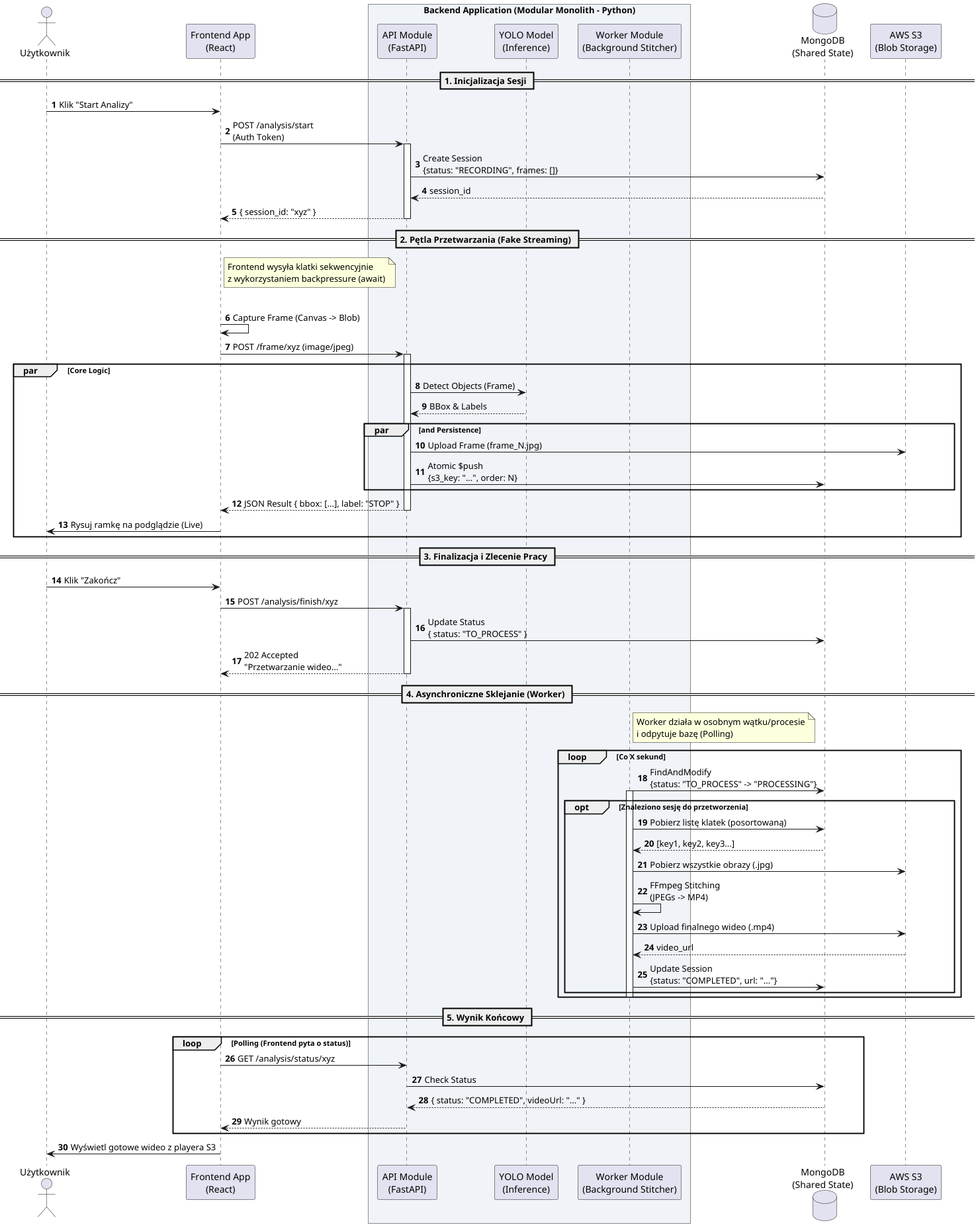
Before: docs/flows/application_flow.png, a diagram exported from PlantUML (Matiar15/engin33ring-thesis).
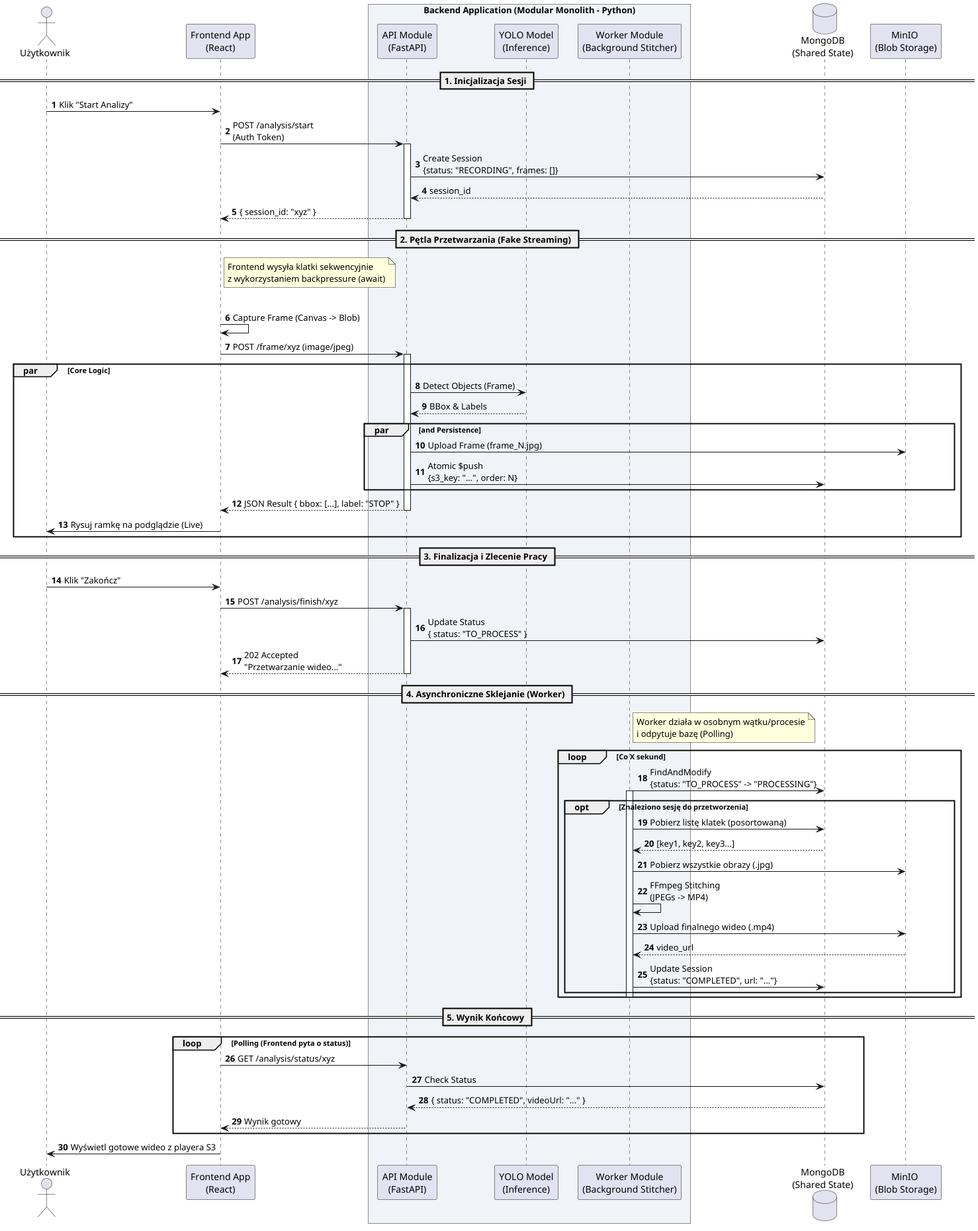
The same diagram one commit later.

The edit, as a diff of the source:
```diff
@@ -13,7 +13,7 @@
 end box
 
 database "MongoDB\n(Shared State)" as Mongo
-participant "AWS S3\n(Blob Storage)" as S3
+participant "MinIO \n(Blob Storage)" as S3
 
 == 1. Inicjalizacja Sesji ==
 User -> Front: Klik "Start Analizy"
```
